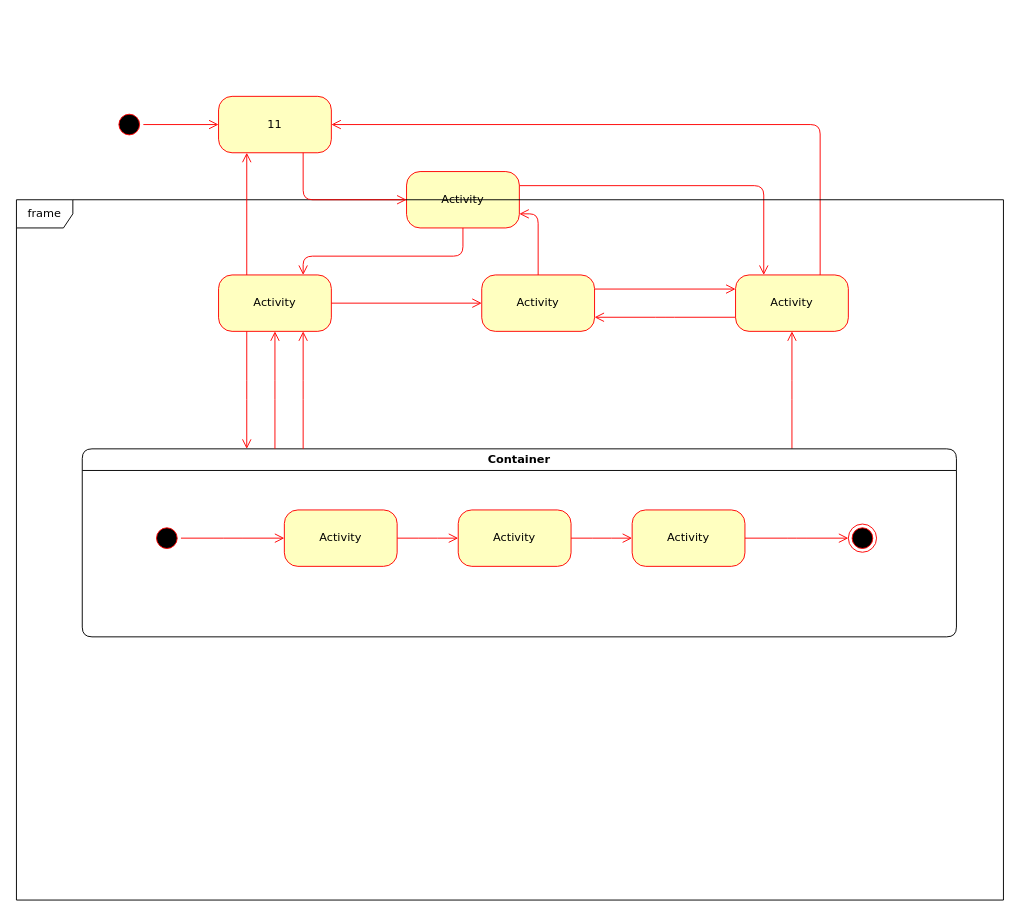
joestar02/draw.io keeps this draw.io diagram as Diagrama sin título.drawio. Above is the earlier version. Source tidied: cells renumbered, new cells numbered last; positions are measured from the earlier drawing's top-left corner, leaving out a move shared by most shapes. Both pictures are drawn from the tidied source at 94%, with x=0, y=0 at pixel (16, 96).
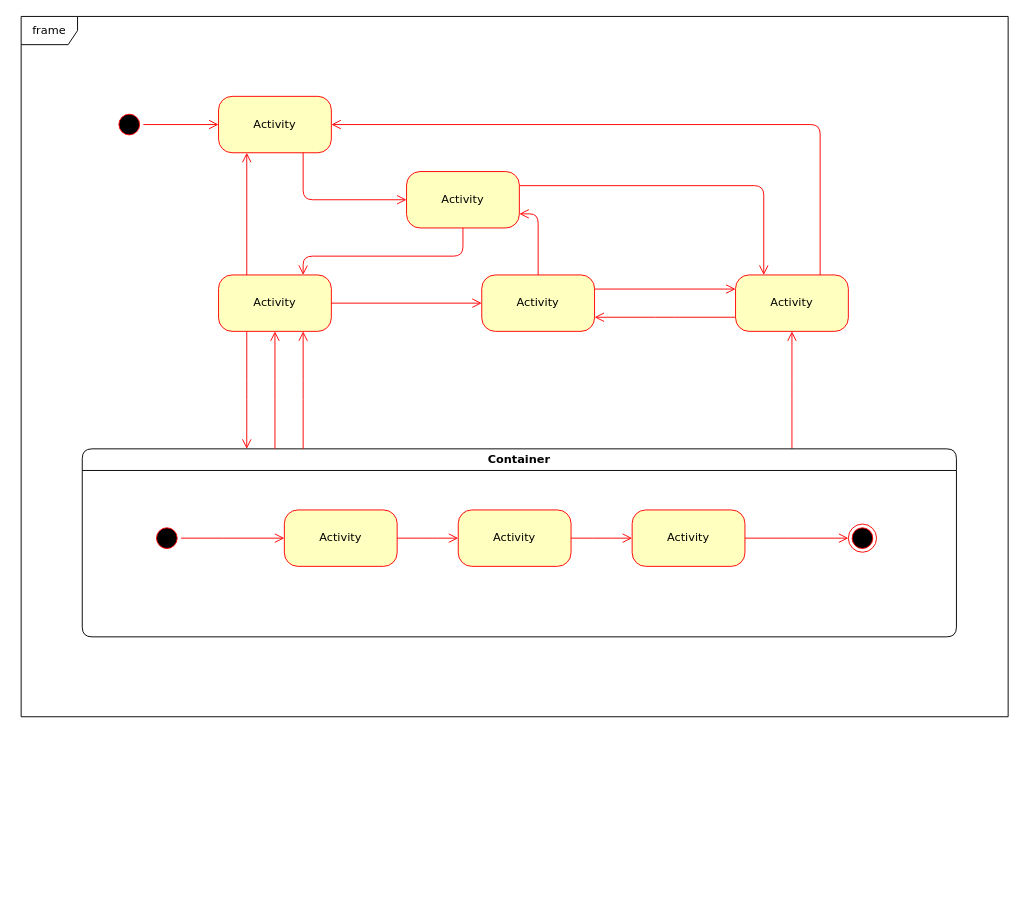
Above is the later version.

What changed in the source:
```diff
@@
-    <mxCell id="4" value="11" style="rounded=1;whiteSpace=wrap;html=1;arcSize=24;fillColor=#ffffc0;strokeColor=#ff0000;shadow=0;comic=0;labelBackgroundColor=none;fontFamily=Verdana;fontSize=12;fontColor=#000000;align=center;" parent="1" vertex="1">
+    <mxCell id="4" value="Activity" style="rounded=1;whiteSpace=wrap;html=1;arcSize=24;fillColor=#ffffc0;strokeColor=#ff0000;shadow=0;comic=0;labelBackgroundColor=none;fontFamily=Verdana;fontSize=12;fontColor=#000000;align=center;" parent="1" vertex="1">
       <mxGeometry x="215" width="120" height="60" as="geometry" />
     </mxCell>
@@
     <mxCell id="22" value="frame" style="shape=umlFrame;whiteSpace=wrap;html=1;rounded=1;shadow=0;comic=0;labelBackgroundColor=none;strokeWidth=1;fontFamily=Verdana;fontSize=12;align=center;" parent="1" vertex="1">
-      <mxGeometry y="110" width="1050" height="745" as="geometry" />
+      <mxGeometry x="5" y="-85" width="1050" height="745" as="geometry" />
     </mxCell>
```
